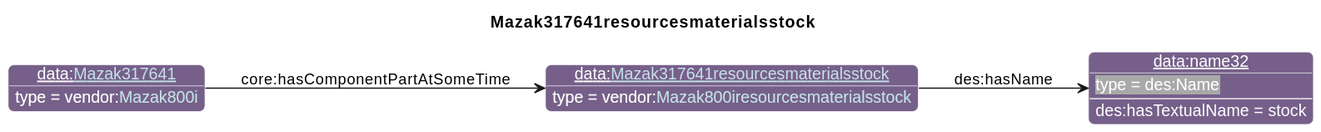
Earlier version of the PlantUML export diagrams/Mazak317641resourcesmaterialsstock.svg (iofoundry/example-syseng-mtconnect).
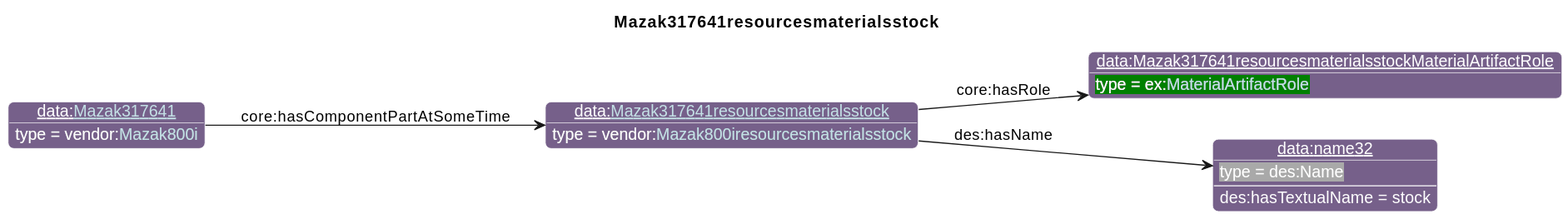
After the commit.

What changed in the source:
```diff
@@ -26,9 +26,11 @@
                       "qp":"641B2E"
       }
 individual(o0, data:[[./Mazak317641resourcesmaterialsstock.html Mazak317641resourcesmaterialsstock]], vendor:[[../Mazak.html#Mazak800iresourcesmaterialsstock Mazak800iresourcesmaterialsstock]])
-individual(o1, data:name32, des:Name)
-individual(o2, data:[[./Mazak317641.html Mazak317641]], vendor:[[../Mazak.html#Mazak800i Mazak800i]])
-property(o0, "des:hasName", o1)
-data(o1, "des:hasTextualName", "stock")
-property(o2, "core:hasComponentPartAtSomeTime", o0)
+individual(o1, data:Mazak317641resourcesmaterialsstockMaterialArtifactRole, ex:[[../Example.html#MaterialArtifactRole MaterialArtifactRole]])
+individual(o2, data:name32, des:Name)
+individual(o3, data:[[./Mazak317641.html Mazak317641]], vendor:[[../Mazak.html#Mazak800i Mazak800i]])
+property(o0, "core:hasRole", o1)
+property(o0, "des:hasName", o2)
+data(o2, "des:hasTextualName", "stock")
+property(o3, "core:hasComponentPartAtSomeTime", o0)
 @enduml
```
